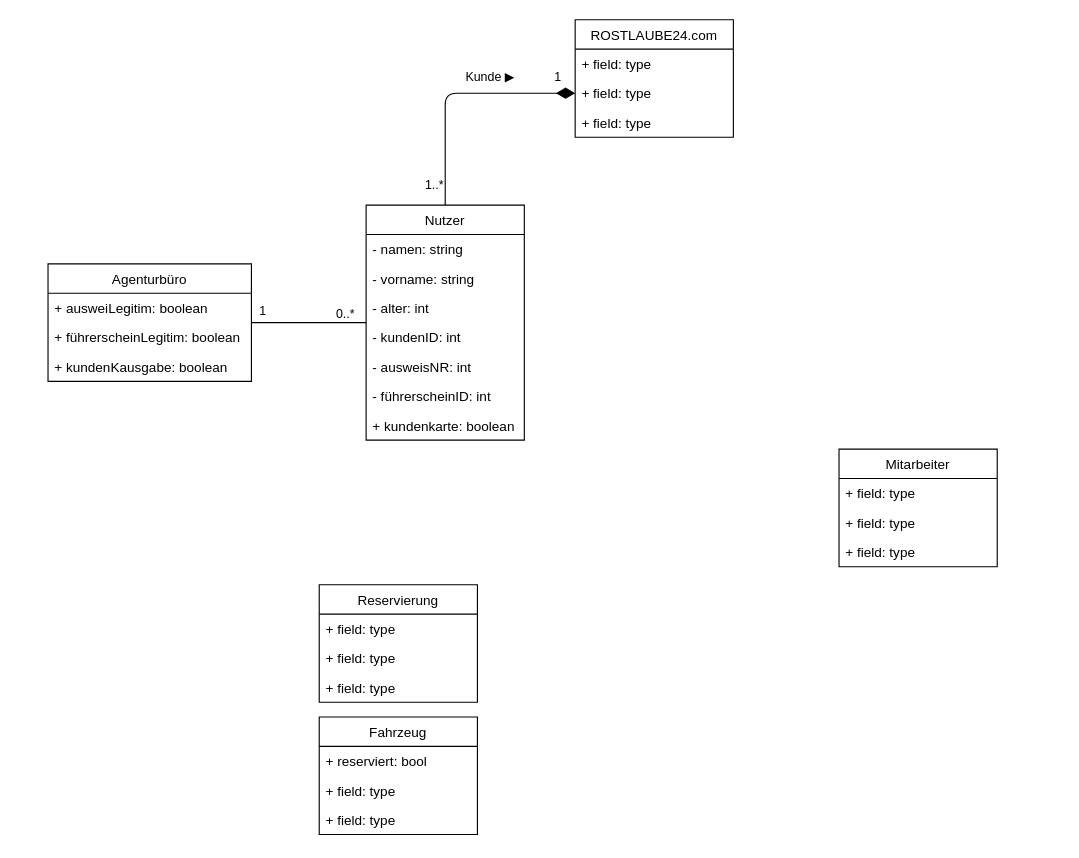
Above: Mini-Praktikum/d-UML-Klassendiagramm-Praktikum.drawio in TheBlackDragon4/SWE-HS-Co-Se5 (draw.io), before the change. Source tidied: cells renumbered, new cells numbered last; positions are measured from the earlier drawing's top-left corner, leaving out a move shared by most shapes. Both pictures are drawn from the tidied source at 113%, with x=0, y=0 at pixel (47, 19).
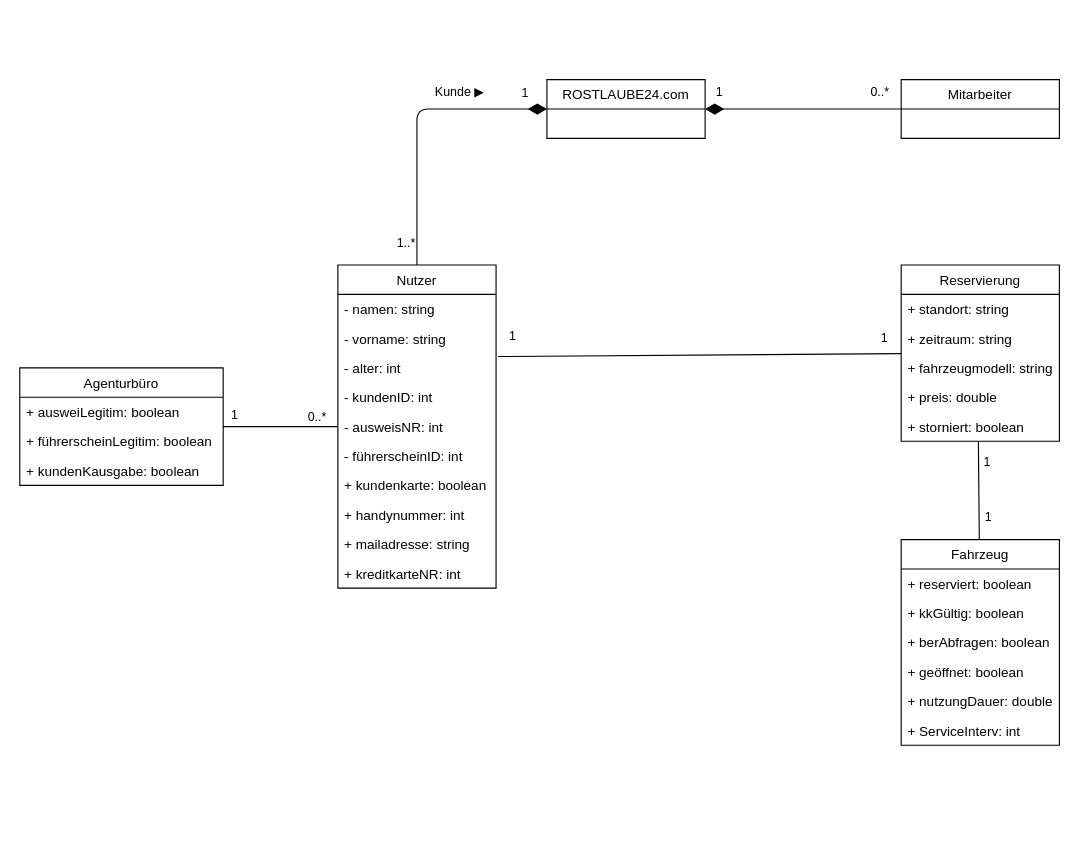
Above is the later version.

Commit message (it also covers changes not shown here):
update Klassendiagramm + Zustandsdiagramm

Unchanged cells that the change refers to:
```xml
<mxCell id="20" value="- alter: int" style="text;strokeColor=none;fillColor=none;align=left;verticalAlign=top;spacingLeft=4;spacingRight=4;overflow=hidden;points=[[0,0.5],[1,0.5]];portConstraint=eastwest;" parent="17" vertex="1">
  <mxGeometry y="78" width="140" height="26" as="geometry" />
</mxCell>
```

Diff of the diagram source:
```diff
@@
     <mxCell id="2" value="Fahrzeug" style="swimlane;fontStyle=0;horizontal=1;startSize=26;fillColor=none;" parent="1" vertex="1">
-      <mxGeometry x="240" y="617" width="140" height="104" as="geometry" />
+      <mxGeometry x="755" y="460" width="140" height="182" as="geometry" />
     </mxCell>
-    <mxCell id="3" value="+ reserviert: bool" style="text;strokeColor=none;fillColor=none;align=left;verticalAlign=top;spacingLeft=4;spacingRight=4;overflow=hidden;" parent="2" vertex="1">
+    <mxCell id="3" value="+ reserviert: boolean" style="text;strokeColor=none;fillColor=none;align=left;verticalAlign=top;spacingLeft=4;spacingRight=4;overflow=hidden;" parent="2" vertex="1">
       <mxGeometry y="26" width="140" height="26" as="geometry" />
     </mxCell>
-    <mxCell id="4" value="+ field: type" style="text;strokeColor=none;fillColor=none;align=left;verticalAlign=top;spacingLeft=4;spacingRight=4;overflow=hidden;" parent="2" vertex="1">
+    <mxCell id="4" value="+ kkGültig: boolean" style="text;strokeColor=none;fillColor=none;align=left;verticalAlign=top;spacingLeft=4;spacingRight=4;overflow=hidden;" parent="2" vertex="1">
       <mxGeometry y="52" width="140" height="26" as="geometry" />
     </mxCell>
-    <mxCell id="5" value="+ field: type" style="text;strokeColor=none;fillColor=none;align=left;verticalAlign=top;spacingLeft=4;spacingRight=4;overflow=hidden;" parent="2" vertex="1">
+    <mxCell id="5" value="+ berAbfragen: boolean" style="text;strokeColor=none;fillColor=none;align=left;verticalAlign=top;spacingLeft=4;spacingRight=4;overflow=hidden;" parent="2" vertex="1">
       <mxGeometry y="78" width="140" height="26" as="geometry" />
     </mxCell>
+    <mxCell id="36" value="+ geöffnet: boolean" style="text;strokeColor=none;fillColor=none;align=left;verticalAlign=top;spacingLeft=4;spacingRight=4;overflow=hidden;" parent="2" vertex="1">
+      <mxGeometry y="104" width="140" height="26" as="geometry" />
+    </mxCell>
+    <mxCell id="37" value="+ nutzungDauer: double" style="text;strokeColor=none;fillColor=none;align=left;verticalAlign=top;spacingLeft=4;spacingRight=4;overflow=hidden;" parent="2" vertex="1">
+      <mxGeometry y="130" width="140" height="26" as="geometry" />
+    </mxCell>
+    <mxCell id="38" value="+ ServiceInterv: int" style="text;strokeColor=none;fillColor=none;align=left;verticalAlign=top;spacingLeft=4;spacingRight=4;overflow=hidden;" parent="2" vertex="1">
+      <mxGeometry y="156" width="140" height="26" as="geometry" />
+    </mxCell>
     <mxCell id="6" value="Mitarbeiter" style="swimlane;fontStyle=0;horizontal=1;startSize=26;fillColor=none;" parent="1" vertex="1">
-      <mxGeometry x="700" y="380" width="140" height="104" as="geometry" />
+      <mxGeometry x="755" y="53" width="140" height="52" as="geometry" />
     </mxCell>
-    <mxCell id="7" value="+ field: type" style="text;strokeColor=none;fillColor=none;align=left;verticalAlign=top;spacingLeft=4;spacingRight=4;overflow=hidden;" parent="6" vertex="1">
-      <mxGeometry y="26" width="140" height="26" as="geometry" />
-    </mxCell>
-    <mxCell id="8" value="+ field: type" style="text;strokeColor=none;fillColor=none;align=left;verticalAlign=top;spacingLeft=4;spacingRight=4;overflow=hidden;" parent="6" vertex="1">
-      <mxGeometry y="52" width="140" height="26" as="geometry" />
-    </mxCell>
-    <mxCell id="9" value="+ field: type" style="text;strokeColor=none;fillColor=none;align=left;verticalAlign=top;spacingLeft=4;spacingRight=4;overflow=hidden;" parent="6" vertex="1">
-      <mxGeometry y="78" width="140" height="26" as="geometry" />
-    </mxCell>
@@
     <mxCell id="13" value="Agenturbüro" style="swimlane;fontStyle=0;horizontal=1;startSize=26;fillColor=none;" parent="1" vertex="1">
-      <mxGeometry y="216" width="180" height="104" as="geometry" />
+      <mxGeometry x="-25" y="308" width="180" height="104" as="geometry" />
     </mxCell>
@@
     <mxCell id="17" value="Nutzer" style="swimlane;fontStyle=0;horizontal=1;startSize=26;fillColor=none;" parent="1" vertex="1">
-      <mxGeometry x="281.5" y="164" width="140" height="208" as="geometry" />
+      <mxGeometry x="256.5" y="217" width="140" height="286" as="geometry" />
     </mxCell>
@@
+    <mxCell id="39" value="+ handynummer: int" style="text;strokeColor=none;fillColor=none;align=left;verticalAlign=top;spacingLeft=4;spacingRight=4;overflow=hidden;" parent="17" vertex="1">
+      <mxGeometry y="208" width="140" height="26" as="geometry" />
+    </mxCell>
+    <mxCell id="40" value="+ mailadresse: string" style="text;strokeColor=none;fillColor=none;align=left;verticalAlign=top;spacingLeft=4;spacingRight=4;overflow=hidden;" parent="17" vertex="1">
+      <mxGeometry y="234" width="140" height="26" as="geometry" />
+    </mxCell>
+    <mxCell id="41" value="+ kreditkarteNR: int" style="text;strokeColor=none;fillColor=none;align=left;verticalAlign=top;spacingLeft=4;spacingRight=4;overflow=hidden;" parent="17" vertex="1">
+      <mxGeometry y="260" width="140" height="26" as="geometry" />
+    </mxCell>
     <mxCell id="25" value="Reservierung" style="swimlane;fontStyle=0;horizontal=1;startSize=26;fillColor=none;" parent="1" vertex="1">
-      <mxGeometry x="240" y="500" width="140" height="104" as="geometry" />
+      <mxGeometry x="755" y="217" width="140" height="156" as="geometry" />
     </mxCell>
-    <mxCell id="26" value="+ field: type" style="text;strokeColor=none;fillColor=none;align=left;verticalAlign=top;spacingLeft=4;spacingRight=4;overflow=hidden;" parent="25" vertex="1">
+    <mxCell id="26" value="+ standort: string" style="text;strokeColor=none;fillColor=none;align=left;verticalAlign=top;spacingLeft=4;spacingRight=4;overflow=hidden;" parent="25" vertex="1">
       <mxGeometry y="26" width="140" height="26" as="geometry" />
     </mxCell>
-    <mxCell id="27" value="+ field: type" style="text;strokeColor=none;fillColor=none;align=left;verticalAlign=top;spacingLeft=4;spacingRight=4;overflow=hidden;" parent="25" vertex="1">
+    <mxCell id="27" value="+ zeitraum: string" style="text;strokeColor=none;fillColor=none;align=left;verticalAlign=top;spacingLeft=4;spacingRight=4;overflow=hidden;" parent="25" vertex="1">
       <mxGeometry y="52" width="140" height="26" as="geometry" />
     </mxCell>
-    <mxCell id="28" value="+ field: type" style="text;strokeColor=none;fillColor=none;align=left;verticalAlign=top;spacingLeft=4;spacingRight=4;overflow=hidden;" parent="25" vertex="1">
+    <mxCell id="28" value="+ fahrzeugmodell: string" style="text;strokeColor=none;fillColor=none;align=left;verticalAlign=top;spacingLeft=4;spacingRight=4;overflow=hidden;" parent="25" vertex="1">
       <mxGeometry y="78" width="140" height="26" as="geometry" />
     </mxCell>
+    <mxCell id="42" value="+ preis: double" style="text;strokeColor=none;fillColor=none;align=left;verticalAlign=top;spacingLeft=4;spacingRight=4;overflow=hidden;" parent="25" vertex="1">
+      <mxGeometry y="104" width="140" height="26" as="geometry" />
+    </mxCell>
+    <mxCell id="43" value="+ storniert: boolean" style="text;strokeColor=none;fillColor=none;align=left;verticalAlign=top;spacingLeft=4;spacingRight=4;overflow=hidden;points=[[0,0.5],[1,0.5]];portConstraint=eastwest;" parent="25" vertex="1">
+      <mxGeometry y="130" width="140" height="26" as="geometry" />
+    </mxCell>
     <mxCell id="29" value="ROSTLAUBE24.com" style="swimlane;fontStyle=0;horizontal=1;startSize=26;fillColor=none;" parent="1" vertex="1">
-      <mxGeometry x="466.5" width="140" height="104" as="geometry" />
+      <mxGeometry x="441.5" y="53" width="140" height="52" as="geometry" />
     </mxCell>
-    <mxCell id="30" value="+ field: type" style="text;strokeColor=none;fillColor=none;align=left;verticalAlign=top;spacingLeft=4;spacingRight=4;overflow=hidden;" parent="29" vertex="1">
-      <mxGeometry y="26" width="140" height="26" as="geometry" />
-    </mxCell>
-    <mxCell id="31" value="+ field: type" style="text;strokeColor=none;fillColor=none;align=left;verticalAlign=top;spacingLeft=4;spacingRight=4;overflow=hidden;points=[[0,0.5],[1,0.5]];portConstraint=eastwest;" parent="29" vertex="1">
-      <mxGeometry y="52" width="140" height="26" as="geometry" />
-    </mxCell>
-    <mxCell id="32" value="+ field: type" style="text;strokeColor=none;fillColor=none;align=left;verticalAlign=top;spacingLeft=4;spacingRight=4;overflow=hidden;" parent="29" vertex="1">
-      <mxGeometry y="78" width="140" height="26" as="geometry" />
-    </mxCell>
-    <mxCell id="33" value="1..*" style="endArrow=none;html=1;endSize=12;startArrow=diamondThin;startSize=14;startFill=1;edgeStyle=orthogonalEdgeStyle;align=left;verticalAlign=bottom;entryX=0.5;entryY=0;entryDx=0;entryDy=0;endFill=0;exitX=0;exitY=0.5;exitDx=0;exitDy=0;" parent="1" edge="1" source="31" target="17">
+    <mxCell id="33" value="1..*" style="endArrow=none;html=1;endSize=12;startArrow=diamondThin;startSize=14;startFill=1;edgeStyle=orthogonalEdgeStyle;align=left;verticalAlign=bottom;entryX=0.5;entryY=0;entryDx=0;entryDy=0;endFill=0;" parent="1" edge="1" source="29" target="17">
       <mxGeometry x="0.92" y="-20" relative="1" as="geometry" />
     </mxCell>
     <mxCell id="34" value="Kunde ▶" style="edgeLabel;html=1;align=center;verticalAlign=middle;" parent="33" vertex="1">
       <mxGeometry x="0.07" y="-1" relative="1" as="geometry">
-        <mxPoint x="38" y="-14" as="offset" />
+        <mxPoint x="38" y="-36" as="offset" />
       </mxGeometry>
     </mxCell>
@@
+    <mxCell id="44" style="endArrow=none;startArrow=diamondThin;endFill=0;startFill=1;html=1;verticalAlign=bottom;labelBackgroundColor=none;strokeWidth=1;startSize=14;endSize=12;" parent="1" edge="1" source="29" target="6">
+      <mxGeometry relative="1" as="geometry" />
+    </mxCell>
+    <mxCell id="45" value="1" style="edgeLabel;html=1;align=center;verticalAlign=middle;" parent="44" vertex="1">
+      <mxGeometry x="-0.86" y="3" relative="1" as="geometry">
+        <mxPoint y="-13" as="offset" />
+      </mxGeometry>
+    </mxCell>
+    <mxCell id="46" value="0..*" style="edgeLabel;html=1;align=center;verticalAlign=middle;" parent="44" vertex="1">
+      <mxGeometry x="0.9" relative="1" as="geometry">
+        <mxPoint x="-11" y="-16" as="offset" />
+      </mxGeometry>
+    </mxCell>
+    <mxCell id="47" style="endArrow=none;startArrow=none;endFill=0;startFill=0;endSize=12;html=1;verticalAlign=bottom;labelBackgroundColor=none;strokeWidth=1;startSize=14;exitX=1.012;exitY=0.116;exitDx=0;exitDy=0;exitPerimeter=0;" parent="1" edge="1" source="20" target="25">
+      <mxGeometry relative="1" as="geometry" />
+    </mxCell>
+    <mxCell id="48" value="1" style="edgeLabel;html=1;align=center;verticalAlign=middle;" parent="47" vertex="1">
+      <mxGeometry x="0.91" relative="1" as="geometry">
+        <mxPoint y="-14" as="offset" />
+      </mxGeometry>
+    </mxCell>
+    <mxCell id="49" value="1" style="edgeLabel;html=1;align=center;verticalAlign=middle;" parent="47" vertex="1">
+      <mxGeometry x="-0.93" relative="1" as="geometry">
+        <mxPoint y="-18" as="offset" />
+      </mxGeometry>
+    </mxCell>
+    <mxCell id="50" style="endArrow=none;startArrow=none;endFill=0;startFill=0;endSize=12;html=1;verticalAlign=bottom;labelBackgroundColor=none;strokeWidth=1;startSize=14;entryX=0.488;entryY=1.006;entryDx=0;entryDy=0;entryPerimeter=0;" parent="1" edge="1" source="2" target="43">
+      <mxGeometry relative="1" as="geometry" />
+    </mxCell>
+    <mxCell id="51" value="1" style="edgeLabel;html=1;align=center;verticalAlign=middle;" parent="50" vertex="1">
+      <mxGeometry x="0.91" relative="1" as="geometry">
+        <mxPoint x="7" y="13" as="offset" />
+      </mxGeometry>
+    </mxCell>
+    <mxCell id="52" value="1" style="edgeLabel;html=1;align=center;verticalAlign=middle;" parent="50" vertex="1">
+      <mxGeometry x="-0.93" relative="1" as="geometry">
+        <mxPoint x="7" y="-18" as="offset" />
+      </mxGeometry>
+    </mxCell>
```
